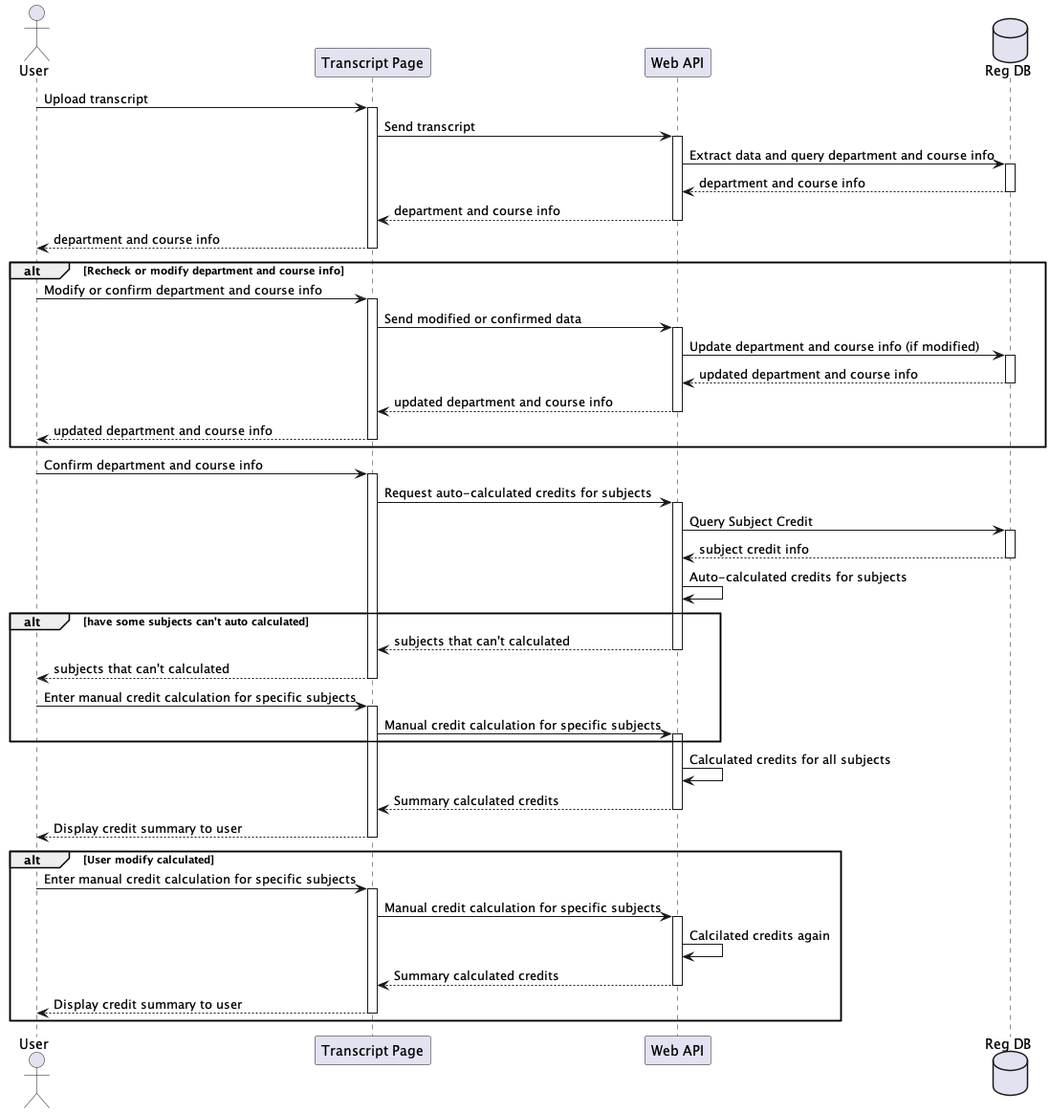
Before: out/diagram/transcript-page-sequence/Transcript Page.png, a diagram exported from PlantUML (u-credit/solution). Its diagram source:
```plantuml
@startuml Transcript Page

actor User
participant "Transcript Page" as Frontend
participant "Web API" as API
database "Reg DB" as Reg



User -> Frontend ++ : Upload transcript
Frontend -> API ++ : Send transcript
API -> Reg ++ : Extract data and query department and course info
return department and course info
return department and course info
return department and course info

alt Recheck or modify department and course info
    User -> Frontend ++ : Modify or confirm department and course info
    Frontend -> API ++ : Send modified or confirmed data
    API -> Reg ++ : Update department and course info (if modified)
    return updated department and course info
    return updated department and course info
    return updated department and course info
end

User -> Frontend ++ : Confirm department and course info

Frontend -> API ++ : Request auto-calculated credits for subjects
API -> Reg ++ : Query Subject Credit
return subject credit info
API -> API : Auto-calculated credits for subjects

alt have some subjects can't auto calculated
    return subjects that can't calculated
    return subjects that can't calculated
    User -> Frontend ++ : Enter manual credit calculation for specific subjects
    Frontend -> API ++ : Manual credit calculation for specific subjects
end

API -> API : Calculated credits for all subjects
return Summary calculated credits
return Display credit summary to user

alt User modify calculated
    User -> Frontend ++ : Enter manual credit calculation for specific subjects
    Frontend -> API ++ : Manual credit calculation for specific subjects
    API -> API : Calcilated credits again
    return Summary calculated credits
    return Display credit summary to user
end

@enduml
```
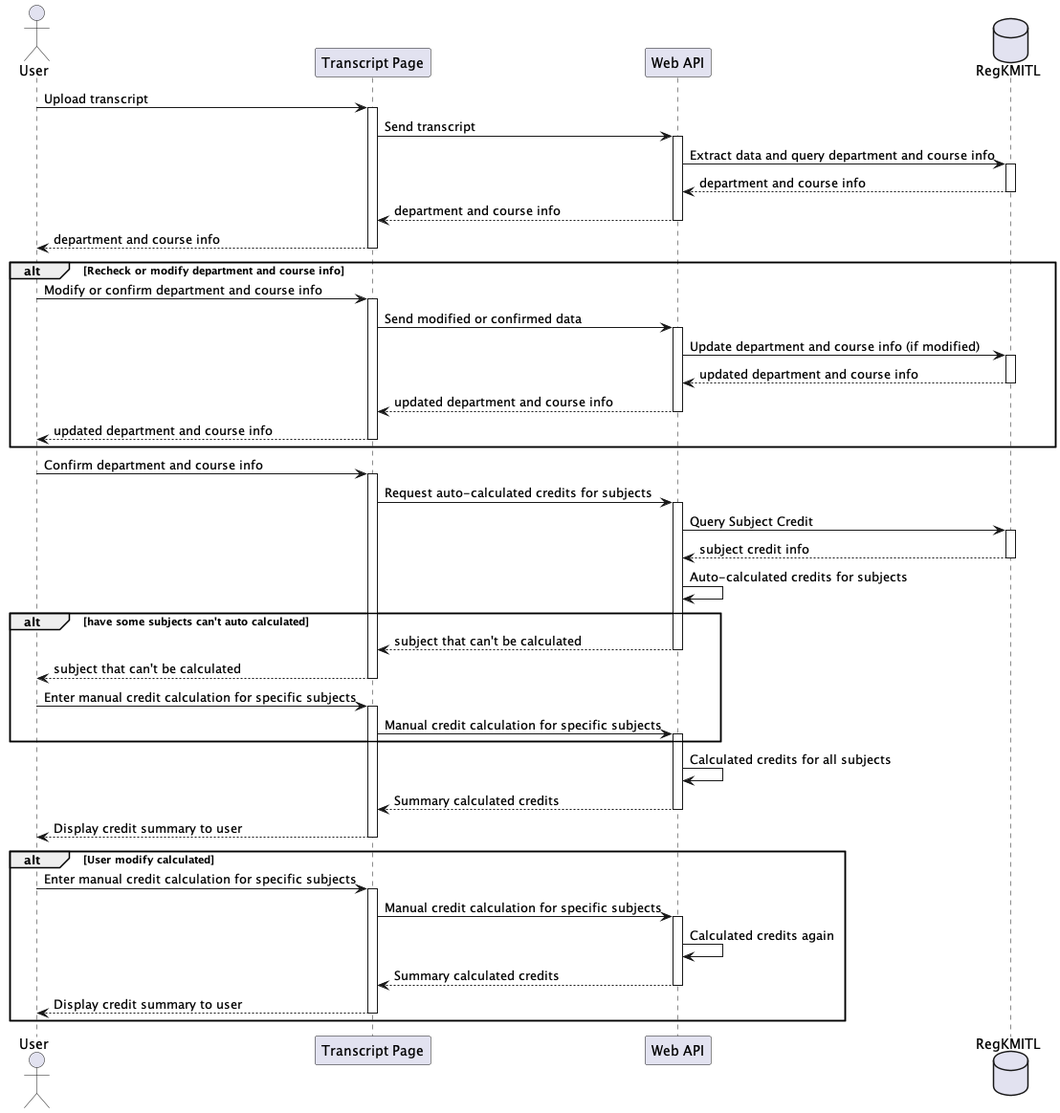
After the change.

Commit message:
modify transcript page

What changed in the source:
```diff
@@ -3,7 +3,7 @@
 actor User
 participant "Transcript Page" as Frontend
 participant "Web API" as API
-database "Reg DB" as Reg
+database "RegKMITL" as Reg
 
 
 
@@ -31,8 +31,8 @@
 API -> API : Auto-calculated credits for subjects
 
 alt have some subjects can't auto calculated
-    return subjects that can't calculated
-    return subjects that can't calculated
+    return subject that can't be calculated
+    return subject that can't be calculated
     User -> Frontend ++ : Enter manual credit calculation for specific subjects
     Frontend -> API ++ : Manual credit calculation for specific subjects
 end
@@ -44,7 +44,7 @@
 alt User modify calculated
     User -> Frontend ++ : Enter manual credit calculation for specific subjects
     Frontend -> API ++ : Manual credit calculation for specific subjects
-    API -> API : Calcilated credits again
+    API -> API : Calculated credits again
     return Summary calculated credits
     return Display credit summary to user
 end
```
